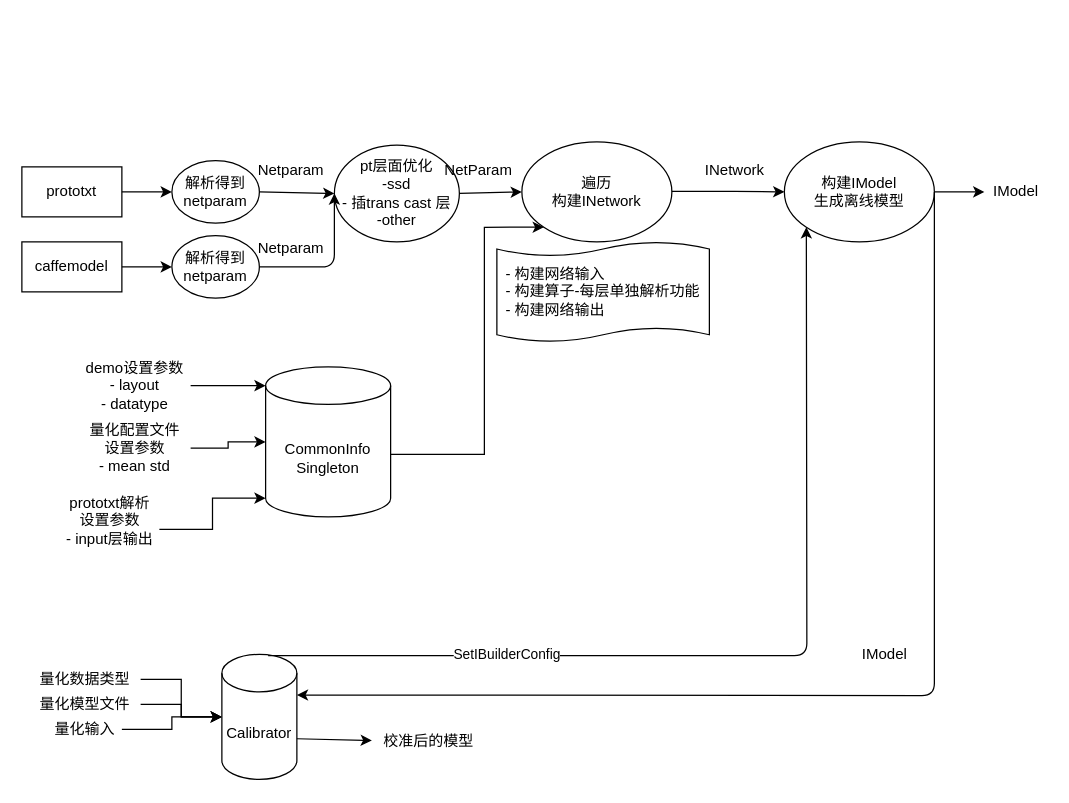
Earlier version of the draw.io diagram Untitled Diagram.drawio (AwesomePH/notes). Source tidied: cells renumbered, new cells numbered last; positions are measured from the earlier drawing's top-left corner, leaving out a move shared by most shapes. Both pictures are drawn from the tidied source at 125%, with x=0, y=0 at pixel (21, 141).
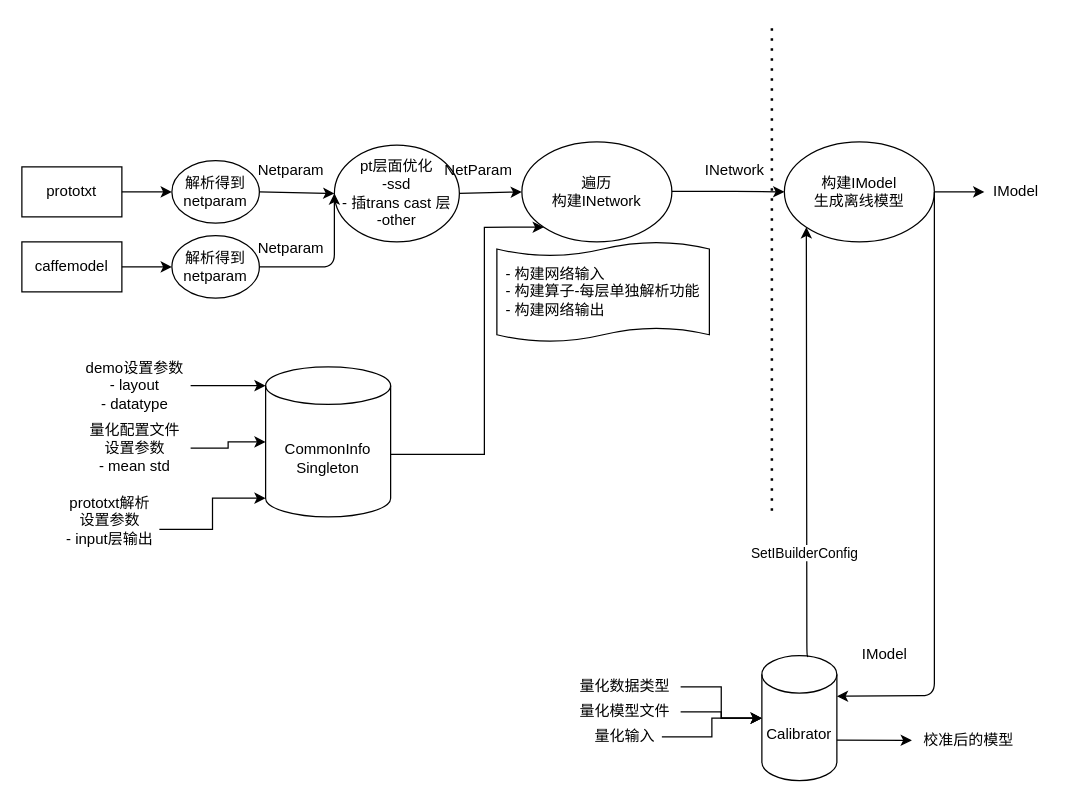
After the change.

Change to the diagram source:
```diff
@@
     <mxCell id="31" value="量化数据类型" style="text;html=1;align=center;verticalAlign=middle;points=[];" parent="1" vertex="1">
-      <mxGeometry x="5" y="420" width="90" height="20" as="geometry" />
+      <mxGeometry x="437" y="426" width="90" height="20" as="geometry" />
     </mxCell>
@@
     <mxCell id="33" value="量化模型文件" style="text;html=1;align=center;verticalAlign=middle;points=[];" parent="1" vertex="1">
-      <mxGeometry x="5" y="440" width="90" height="20" as="geometry" />
+      <mxGeometry x="437" y="446" width="90" height="20" as="geometry" />
     </mxCell>
@@
     <mxCell id="35" value="量化输入" style="text;html=1;align=center;verticalAlign=middle;points=[];" parent="1" vertex="1">
-      <mxGeometry x="20" y="460" width="60" height="20" as="geometry" />
+      <mxGeometry x="452" y="466" width="60" height="20" as="geometry" />
     </mxCell>
     <mxCell id="36" value="&lt;div&gt;Calibrator&lt;/div&gt;" style="shape=cylinder3;whiteSpace=wrap;html=1;boundedLbl=1;backgroundOutline=1;size=15;" parent="1" vertex="1">
-      <mxGeometry x="160" y="410" width="60" height="100" as="geometry" />
+      <mxGeometry x="592" y="411" width="60" height="100" as="geometry" />
     </mxCell>
@@
     <mxCell id="42" value="校准后的模型" style="text;html=1;align=center;verticalAlign=middle;points=[];" parent="1" vertex="1">
-      <mxGeometry x="280" y="470" width="90" height="20" as="geometry" />
+      <mxGeometry x="712" y="469" width="90" height="20" as="geometry" />
     </mxCell>
+    <mxCell id="43" style="endArrow=none;dashed=1;html=1;dashPattern=1 3;strokeWidth=2;" parent="1" edge="1">
+      <mxGeometry relative="1" as="geometry">
+        <mxPoint x="600" y="295" as="sourcePoint" />
+        <mxPoint x="600" y="-95" as="targetPoint" />
+      </mxGeometry>
+    </mxCell>
```
